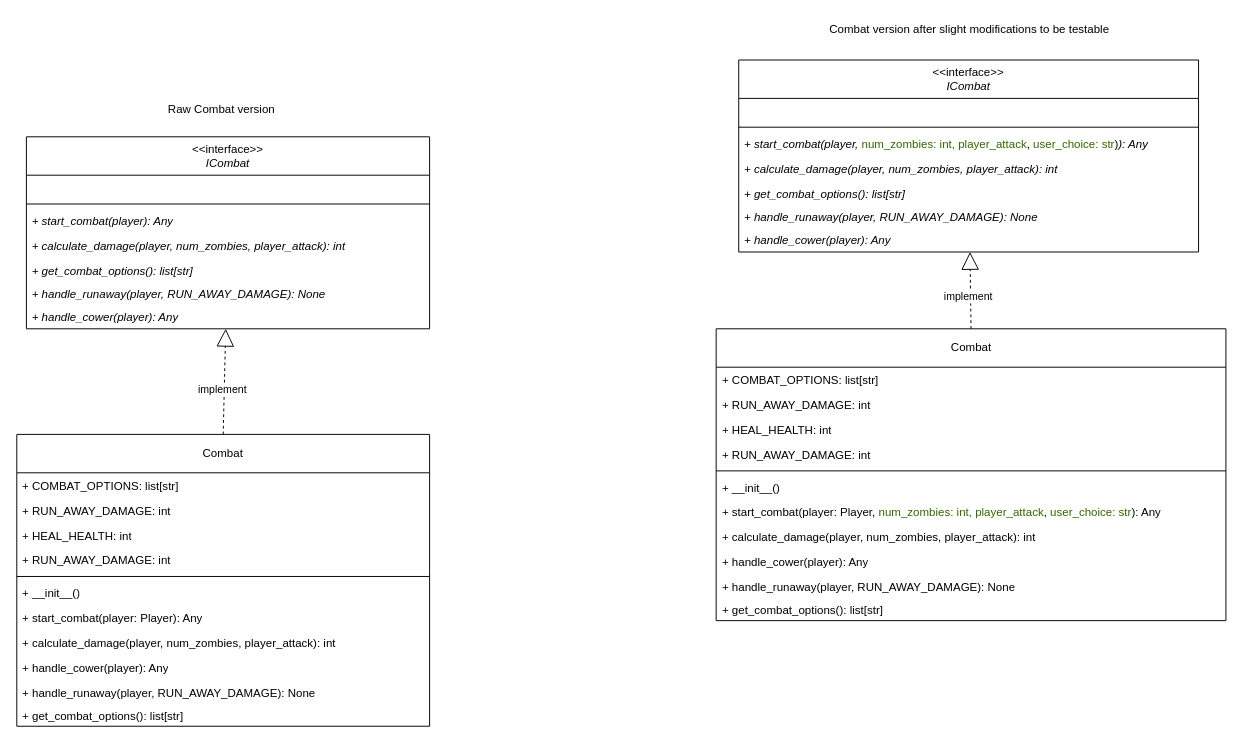
Before: page "combat_after" (1 of 2) of src/model_after_pattern/after_pattern.drawio in arsenie-sarmiento/ZombieInMyPocket, a draw.io diagram. Source tidied: cells renumbered, new cells numbered last; positions are measured from the earlier drawing's top-left corner, leaving out a move shared by most shapes. Both pictures are drawn from the tidied source at 96%, with x=0, y=0 at pixel (16, 16).
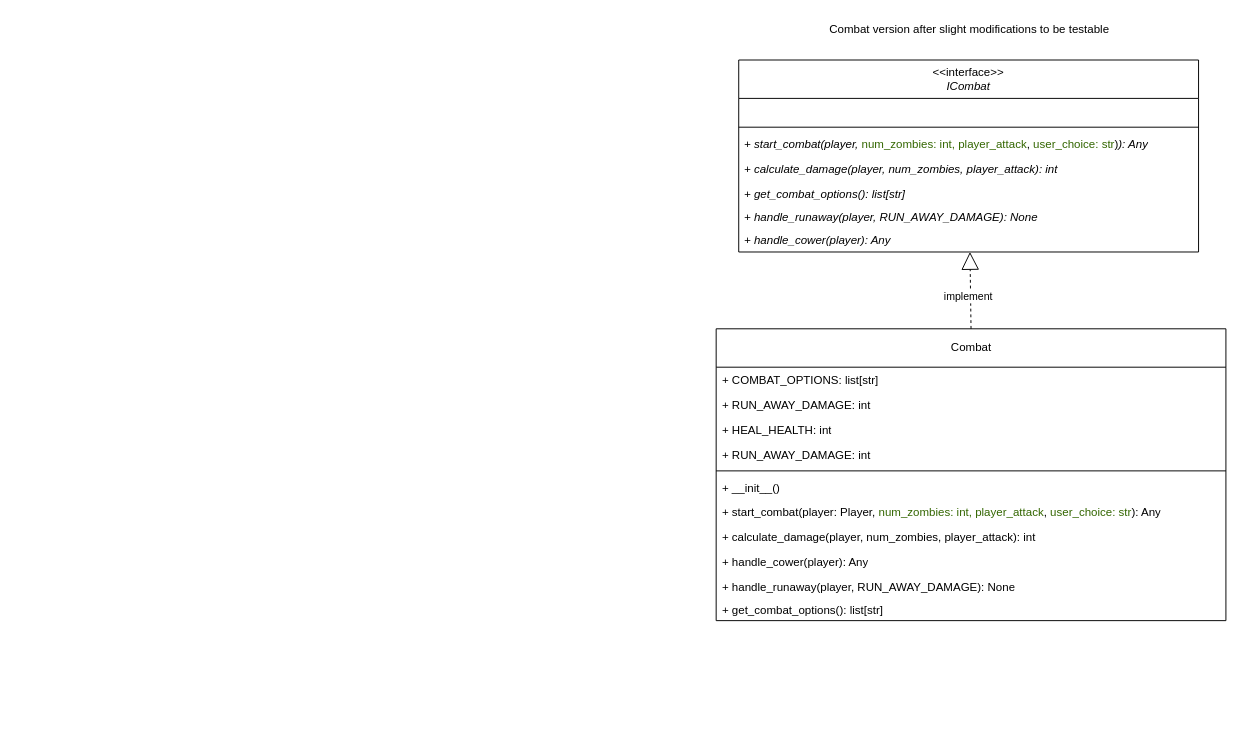
The same page after the edit.

Commit message (it also covers changes not shown here):
added after combat and concretes as strategy, untested

Diff of the diagram source:
```diff
@@
-    <mxCell id="2" value="Combat" style="swimlane;fontStyle=0;horizontal=1;startSize=40;fillColor=none;whiteSpace=wrap;html=1;" parent="1" vertex="1">
-      <mxGeometry y="435" width="430" height="304" as="geometry" />
-    </mxCell>
-    <mxCell id="3" value="+ COMBAT_OPTIONS: list[str]" style="text;strokeColor=none;fillColor=none;align=left;verticalAlign=top;spacingLeft=4;spacingRight=4;overflow=hidden;whiteSpace=wrap;html=1;" parent="2" vertex="1">
-      <mxGeometry y="40" width="430" height="26" as="geometry" />
-    </mxCell>
-    <mxCell id="4" value="+ RUN_AWAY_DAMAGE: int" style="text;strokeColor=none;fillColor=none;align=left;verticalAlign=top;spacingLeft=4;spacingRight=4;overflow=hidden;whiteSpace=wrap;html=1;" parent="2" vertex="1">
-      <mxGeometry y="66" width="430" height="26" as="geometry" />
-    </mxCell>
-    <mxCell id="5" value="&lt;span style=&quot;color: rgb(0, 0, 0);&quot;&gt;+ HEAL_HEALTH: int&lt;/span&gt;" style="text;strokeColor=none;fillColor=none;align=left;verticalAlign=top;spacingLeft=4;spacingRight=4;overflow=hidden;whiteSpace=wrap;html=1;" parent="2" vertex="1">
-      <mxGeometry y="92" width="430" height="26" as="geometry" />
-    </mxCell>
-    <mxCell id="6" value="&lt;span style=&quot;color: rgb(0, 0, 0);&quot;&gt;+ RUN_AWAY_DAMAGE: int&lt;/span&gt;" style="text;strokeColor=none;fillColor=none;align=left;verticalAlign=top;spacingLeft=4;spacingRight=4;overflow=hidden;whiteSpace=wrap;html=1;" parent="2" vertex="1">
-      <mxGeometry y="118" width="430" height="26" as="geometry" />
-    </mxCell>
-    <mxCell id="7" style="line;strokeWidth=1;fillColor=none;align=left;verticalAlign=middle;spacingTop=-1;spacingLeft=3;spacingRight=3;labelPosition=right;strokeColor=inherit;" parent="2" vertex="1">
-      <mxGeometry y="144" width="430" height="8" as="geometry" />
-    </mxCell>
-    <mxCell id="8" value="+&amp;nbsp;__init__()" style="text;strokeColor=none;fillColor=none;align=left;verticalAlign=top;spacingLeft=4;spacingRight=4;overflow=hidden;whiteSpace=wrap;html=1;fontStyle=0;" parent="2" vertex="1">
-      <mxGeometry y="152" width="430" height="26" as="geometry" />
-    </mxCell>
-    <mxCell id="9" value="+&amp;nbsp;start_combat(player: Player): Any" style="text;strokeColor=none;fillColor=none;align=left;verticalAlign=top;spacingLeft=4;spacingRight=4;overflow=hidden;whiteSpace=wrap;html=1;fontStyle=0;" parent="2" vertex="1">
-      <mxGeometry y="178" width="430" height="26" as="geometry" />
-    </mxCell>
-    <mxCell id="10" value="+&amp;nbsp;calculate_damage(player, num_zombies, player_attack): int" style="text;strokeColor=none;fillColor=none;align=left;verticalAlign=top;spacingLeft=4;spacingRight=4;overflow=hidden;whiteSpace=wrap;html=1;fontStyle=0;" parent="2" vertex="1">
-      <mxGeometry y="204" width="430" height="26" as="geometry" />
-    </mxCell>
-    <mxCell id="11" value="+&amp;nbsp;handle_cower(player): Any" style="text;strokeColor=none;fillColor=none;align=left;verticalAlign=top;spacingLeft=4;spacingRight=4;overflow=hidden;whiteSpace=wrap;html=1;fontStyle=0;" parent="2" vertex="1">
-      <mxGeometry y="230" width="430" height="26" as="geometry" />
-    </mxCell>
-    <mxCell id="12" value="+&amp;nbsp;handle_runaway(player, RUN_AWAY_DAMAGE): None" style="text;strokeColor=none;fillColor=none;align=left;verticalAlign=top;spacingLeft=4;spacingRight=4;overflow=hidden;whiteSpace=wrap;html=1;fontStyle=0;" parent="2" vertex="1">
-      <mxGeometry y="256" width="430" height="24" as="geometry" />
-    </mxCell>
-    <mxCell id="13" value="+&amp;nbsp;get_combat_options():&amp;nbsp;&lt;span style=&quot;color: rgb(0, 0, 0);&quot;&gt;list[str]&lt;/span&gt;" style="text;strokeColor=none;fillColor=none;align=left;verticalAlign=top;spacingLeft=4;spacingRight=4;overflow=hidden;whiteSpace=wrap;html=1;fontStyle=0;" parent="2" vertex="1">
-      <mxGeometry y="280" width="430" height="24" as="geometry" />
-    </mxCell>
-    <mxCell id="14" value="&amp;lt;&amp;lt;interface&amp;gt;&amp;gt;&lt;br&gt;&lt;i&gt;ICombat&lt;/i&gt;" style="swimlane;fontStyle=0;horizontal=1;startSize=40;fillColor=none;whiteSpace=wrap;html=1;" parent="1" vertex="1">
-      <mxGeometry x="10" y="125" width="420" height="200" as="geometry" />
-    </mxCell>
-    <mxCell id="15" value="&amp;nbsp;" style="text;strokeColor=none;fillColor=none;align=left;verticalAlign=top;spacingLeft=4;spacingRight=4;overflow=hidden;whiteSpace=wrap;html=1;" parent="14" vertex="1">
-      <mxGeometry y="40" width="420" height="26" as="geometry" />
-    </mxCell>
-    <mxCell id="16" style="line;strokeWidth=1;fillColor=none;align=left;verticalAlign=middle;spacingTop=-1;spacingLeft=3;spacingRight=3;labelPosition=right;strokeColor=inherit;" parent="14" vertex="1">
-      <mxGeometry y="66" width="420" height="8" as="geometry" />
-    </mxCell>
-    <mxCell id="17" value="+&amp;nbsp;start_combat(player): Any" style="text;strokeColor=none;fillColor=none;align=left;verticalAlign=top;spacingLeft=4;spacingRight=4;overflow=hidden;whiteSpace=wrap;html=1;fontStyle=2;" parent="14" vertex="1">
-      <mxGeometry y="74" width="420" height="26" as="geometry" />
-    </mxCell>
-    <mxCell id="18" value="+&amp;nbsp;calculate_damage(player, num_zombies, player_attack): int" style="text;strokeColor=none;fillColor=none;align=left;verticalAlign=top;spacingLeft=4;spacingRight=4;overflow=hidden;whiteSpace=wrap;html=1;fontStyle=2;" parent="14" vertex="1">
-      <mxGeometry y="100" width="420" height="26" as="geometry" />
-    </mxCell>
-    <mxCell id="19" value="+&amp;nbsp;get_combat_options():&amp;nbsp;&lt;span style=&quot;color: rgb(0, 0, 0);&quot;&gt;list[str]&lt;/span&gt;" style="text;strokeColor=none;fillColor=none;align=left;verticalAlign=top;spacingLeft=4;spacingRight=4;overflow=hidden;whiteSpace=wrap;html=1;fontStyle=2;" parent="14" vertex="1">
-      <mxGeometry y="126" width="420" height="24" as="geometry" />
-    </mxCell>
-    <mxCell id="20" value="+&amp;nbsp;handle_runaway(player, RUN_AWAY_DAMAGE): None" style="text;strokeColor=none;fillColor=none;align=left;verticalAlign=top;spacingLeft=4;spacingRight=4;overflow=hidden;whiteSpace=wrap;html=1;fontStyle=2;" parent="14" vertex="1">
-      <mxGeometry y="150" width="420" height="24" as="geometry" />
-    </mxCell>
-    <mxCell id="21" value="+&amp;nbsp;handle_cower(player): Any" style="text;strokeColor=none;fillColor=none;align=left;verticalAlign=top;spacingLeft=4;spacingRight=4;overflow=hidden;whiteSpace=wrap;html=1;fontStyle=2;" parent="14" vertex="1">
-      <mxGeometry y="174" width="420" height="26" as="geometry" />
-    </mxCell>
-    <mxCell id="22" style="edgeStyle=none;html=1;strokeColor=default;endArrow=block;endFill=0;dashed=1;strokeWidth=1;endSize=16;exitX=0.5;exitY=0;exitDx=0;exitDy=0;" parent="1" edge="1" source="2" target="14">
-      <mxGeometry relative="1" as="geometry" />
-    </mxCell>
-    <mxCell id="23" value="implement" style="edgeLabel;html=1;align=center;verticalAlign=middle;" parent="22" vertex="1">
-      <mxGeometry x="-0.13" y="3" relative="1" as="geometry">
-        <mxPoint y="1" as="offset" />
-      </mxGeometry>
-    </mxCell>
-    <mxCell id="24" value="Raw Combat version" style="text;html=1;align=center;verticalAlign=middle;strokeColor=none;fillColor=none;" parent="1" vertex="1">
-      <mxGeometry x="148" y="84" width="129" height="26" as="geometry" />
-    </mxCell>
```
